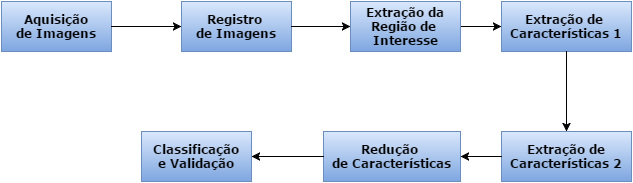
This is projeto/figures/methodology/fluxograma_metodologia.png from caiobelfort/Monografia, a draw.io export, as it was before one commit. Source tidied: cells renumbered, new cells last; positions are measured from the earlier drawing's top-left corner, leaving out a move shared by most shapes.
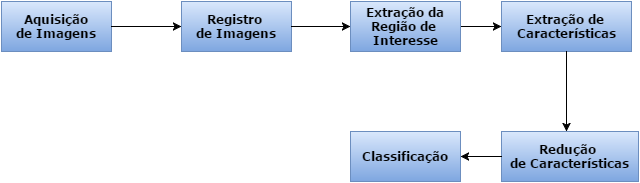
After the change.

Diff of the diagram source:
```diff
@@ -8,38 +8,34 @@
     <mxCell id="3" value="Registro&amp;nbsp;&lt;div&gt;de Imagens&lt;/div&gt;" style="html=1;plain-blue;fontStyle=1;fontFamily=Verdana;" parent="1" vertex="1">
       <mxGeometry x="180" width="110" height="50" as="geometry" />
     </mxCell>
-    <mxCell id="4" value="Extração de&amp;nbsp;&lt;br&gt;Características 1" style="html=1;plain-blue;fontStyle=1;fontFamily=Verdana;" parent="1" vertex="1">
+    <mxCell id="4" value="Extração de&amp;nbsp;&lt;br&gt;Características" style="html=1;plain-blue;fontStyle=1;fontFamily=Verdana;" parent="1" vertex="1">
       <mxGeometry x="500" width="130" height="50" as="geometry" />
     </mxCell>
-    <mxCell id="5" value="Extração de&lt;div&gt;Características 2&lt;/div&gt;" style="html=1;plain-blue;fontStyle=1;fontFamily=Verdana;" parent="1" vertex="1">
-      <mxGeometry x="500" y="130" width="130" height="50" as="geometry" />
+    <mxCell id="5" value="Redução&amp;nbsp;&lt;div&gt;de Características&lt;/div&gt;" style="html=1;plain-blue;fontStyle=1;fontFamily=Verdana;" parent="1" vertex="1">
+      <mxGeometry x="500" y="130" width="137" height="50" as="geometry" />
     </mxCell>
-    <mxCell id="6" value="Redução&amp;nbsp;&lt;div&gt;de Características&lt;/div&gt;" style="html=1;plain-blue;fontStyle=1;fontFamily=Verdana;" parent="1" vertex="1">
-      <mxGeometry x="322" y="130" width="137" height="50" as="geometry" />
+    <mxCell id="6" value="Classificação" style="html=1;plain-blue;fontStyle=1;fontFamily=Verdana;" parent="1" vertex="1">
+      <mxGeometry x="349" y="130" width="110" height="50" as="geometry" />
     </mxCell>
-    <mxCell id="7" value="Classificação&lt;br&gt;e Validação" style="html=1;plain-blue;fontStyle=1;fontFamily=Verdana;" parent="1" vertex="1">
-      <mxGeometry x="140" y="130" width="110" height="50" as="geometry" />
+    <mxCell id="7" style="endArrow=classic;html=1;entryX=0;entryY=0.5;exitX=1;exitY=0.5;" parent="1" edge="1" source="2" target="3">
+      <mxGeometry x="205" y="225" as="geometry" />
     </mxCell>
-    <mxCell id="8" style="endArrow=classic;html=1;entryX=0;entryY=0.5;exitX=1;exitY=0.5;" parent="1" edge="1" source="2" target="3">
-      <mxGeometry x="220" y="225" as="geometry" />
+    <mxCell id="8" style="endArrow=classic;html=1;entryX=0;entryY=0.5;exitX=1;exitY=0.5;" parent="1" edge="1" source="11" target="4">
+      <mxGeometry x="554" y="225" as="geometry" />
     </mxCell>
-    <mxCell id="9" style="endArrow=classic;html=1;entryX=0;entryY=0.5;exitX=1;exitY=0.5;" parent="1" edge="1" source="13" target="4">
-      <mxGeometry x="569" y="225" as="geometry" />
+    <mxCell id="9" style="endArrow=classic;html=1;exitX=0;exitY=0.5;entryX=1;entryY=0.5;" parent="1" edge="1" source="5" target="6">
+      <mxGeometry x="554" y="355" as="geometry" />
     </mxCell>
-    <mxCell id="10" style="endArrow=classic;html=1;entryX=1;entryY=0.5;exitX=0;exitY=0.5;" parent="1" edge="1" source="5" target="6">
-      <mxGeometry x="569" y="355" as="geometry" />
+    <mxCell id="10" style="endArrow=classic;html=1;entryX=0.5;entryY=0;exitX=0.5;exitY=1;" parent="1" edge="1" source="4">
+      <mxGeometry x="660" y="250" as="geometry">
+        <mxPoint x="565" y="130" as="targetPoint" />
+      </mxGeometry>
     </mxCell>
-    <mxCell id="11" style="endArrow=classic;html=1;exitX=0;exitY=0.5;entryX=1;entryY=0.5;" parent="1" edge="1" source="6" target="7">
-      <mxGeometry x="360" y="355" as="geometry" />
+    <mxCell id="11" value="Extração da&lt;br&gt;Região de&amp;nbsp;&lt;div&gt;Interesse&lt;/div&gt;" style="html=1;plain-blue;fontStyle=1;fontFamily=Verdana;" parent="1" vertex="1">
+      <mxGeometry x="349" width="110" height="50" as="geometry" />
     </mxCell>
-    <mxCell id="12" style="endArrow=classic;html=1;entryX=0.5;entryY=0;exitX=0.5;exitY=1;" parent="1" edge="1" source="4" target="5">
-      <mxGeometry x="675" y="250" as="geometry" />
+    <mxCell id="12" style="endArrow=classic;html=1;entryX=0;entryY=0.5;exitX=1;exitY=0.5;" parent="1" edge="1" source="3" target="11">
+      <mxGeometry x="385" y="225" as="geometry" />
     </mxCell>
-    <mxCell id="13" value="Extração da&lt;br&gt;Região de&amp;nbsp;&lt;div&gt;Interesse&lt;/div&gt;" style="html=1;plain-blue;fontStyle=1;fontFamily=Verdana;" parent="1" vertex="1">
-      <mxGeometry x="349" width="110" height="50" as="geometry" />
-    </mxCell>
-    <mxCell id="14" style="endArrow=classic;html=1;entryX=0;entryY=0.5;exitX=1;exitY=0.5;" parent="1" edge="1" source="3" target="13">
-      <mxGeometry x="400" y="225" as="geometry" />
-    </mxCell>
   </root>
 </mxGraphModel>
```
